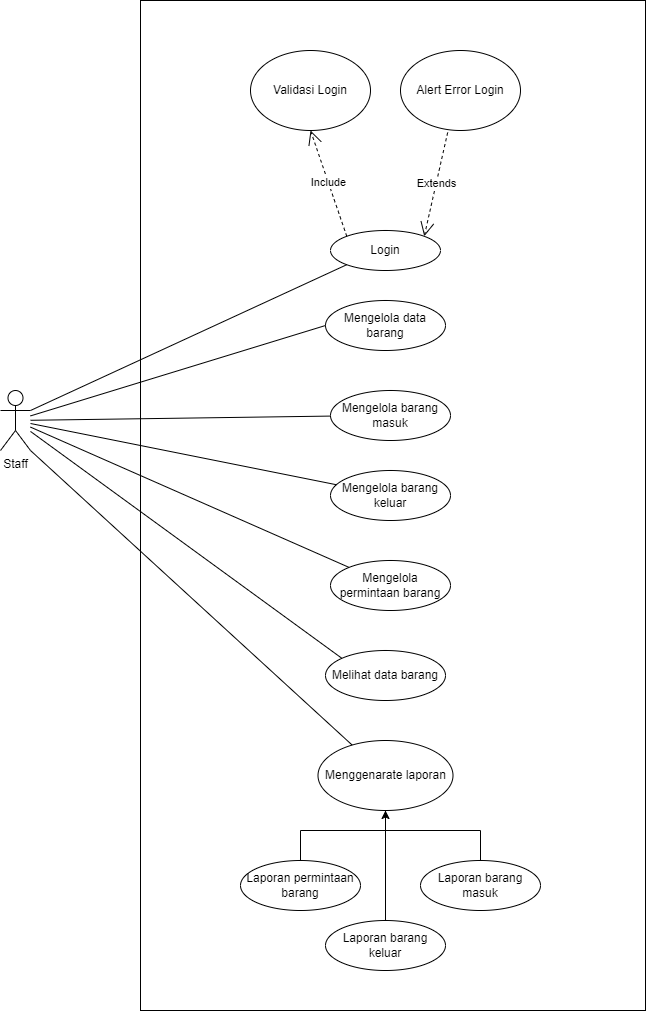
This is Image SRS/use case.png from lutfiainnun/Kelompok6, a draw.io export, as it was before one commit. Source tidied: cells renumbered, new cells last; positions are measured from the earlier drawing's top-left corner, leaving out a move shared by most shapes.
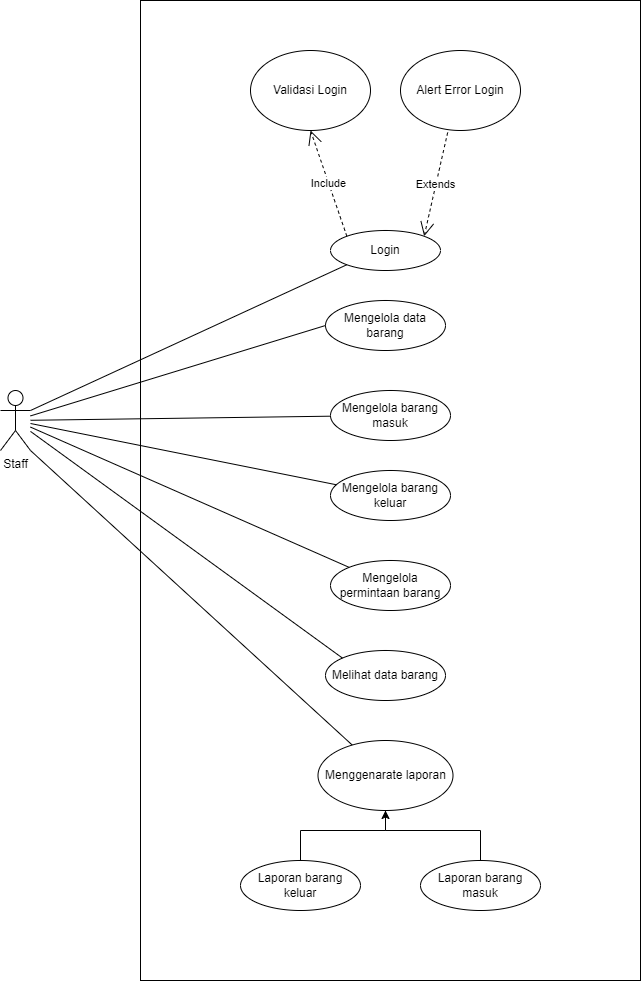
After the commit.

Change to the diagram source:
```diff
@@ -3,7 +3,7 @@
     <mxCell id="0" />
     <mxCell id="1" parent="0" />
     <mxCell id="2" style="rounded=0;whiteSpace=wrap;html=1;" parent="1" vertex="1">
-      <mxGeometry x="140" width="505" height="1010" as="geometry" />
+      <mxGeometry x="140" width="500" height="980" as="geometry" />
     </mxCell>
     <mxCell id="3" value="Login" style="ellipse;whiteSpace=wrap;html=1;" parent="1" vertex="1">
       <mxGeometry x="330" y="230" width="110" height="40" as="geometry" />
@@ -33,11 +33,8 @@
       <mxGeometry x="420" y="860" width="120" height="50" as="geometry" />
     </mxCell>
     <mxCell id="12" value="Laporan barang keluar" style="ellipse;whiteSpace=wrap;html=1;" parent="1" vertex="1">
-      <mxGeometry x="325" y="920" width="120" height="50" as="geometry" />
+      <mxGeometry x="240" y="860" width="120" height="50" as="geometry" />
     </mxCell>
-    <mxCell id="13" value="Laporan permintaan barang" style="ellipse;whiteSpace=wrap;html=1;" parent="1" vertex="1">
-      <mxGeometry x="240" y="860" width="120" height="50" as="geometry" />
-    </mxCell>
     <mxCell id="14" value="Validasi Login" style="ellipse;whiteSpace=wrap;html=1;" parent="1" vertex="1">
       <mxGeometry x="250" y="50" width="120" height="80" as="geometry" />
     </mxCell>
@@ -71,7 +68,7 @@
     <mxCell id="24" style="endArrow=none;html=1;rounded=0;exitX=1;exitY=1;exitDx=0;exitDy=0;exitPerimeter=0;" parent="1" edge="1" source="7" target="10">
       <mxGeometry relative="1" as="geometry" />
     </mxCell>
-    <mxCell id="25" style="endArrow=classic;html=1;rounded=0;entryX=0.5;entryY=1;entryDx=0;entryDy=0;exitX=0.5;exitY=0;exitDx=0;exitDy=0;" parent="1" edge="1" source="13" target="10">
+    <mxCell id="25" style="endArrow=classic;html=1;rounded=0;entryX=0.5;entryY=1;entryDx=0;entryDy=0;exitX=0.5;exitY=0;exitDx=0;exitDy=0;" parent="1" edge="1" source="12" target="10">
       <mxGeometry relative="1" as="geometry">
         <Array as="points">
           <mxPoint x="300" y="830" />
@@ -79,9 +76,6 @@
         </Array>
       </mxGeometry>
     </mxCell>
-    <mxCell id="26" style="endArrow=none;html=1;rounded=0;entryX=0.5;entryY=1;entryDx=0;entryDy=0;exitX=0.5;exitY=0;exitDx=0;exitDy=0;" parent="1" edge="1" source="12" target="10">
-      <mxGeometry relative="1" as="geometry" />
-    </mxCell>
     <mxCell id="27" style="endArrow=none;html=1;rounded=0;exitX=0.5;exitY=1;exitDx=0;exitDy=0;entryX=0.5;entryY=0;entryDx=0;entryDy=0;" parent="1" edge="1" source="10" target="11">
       <mxGeometry relative="1" as="geometry">
         <Array as="points">
```
